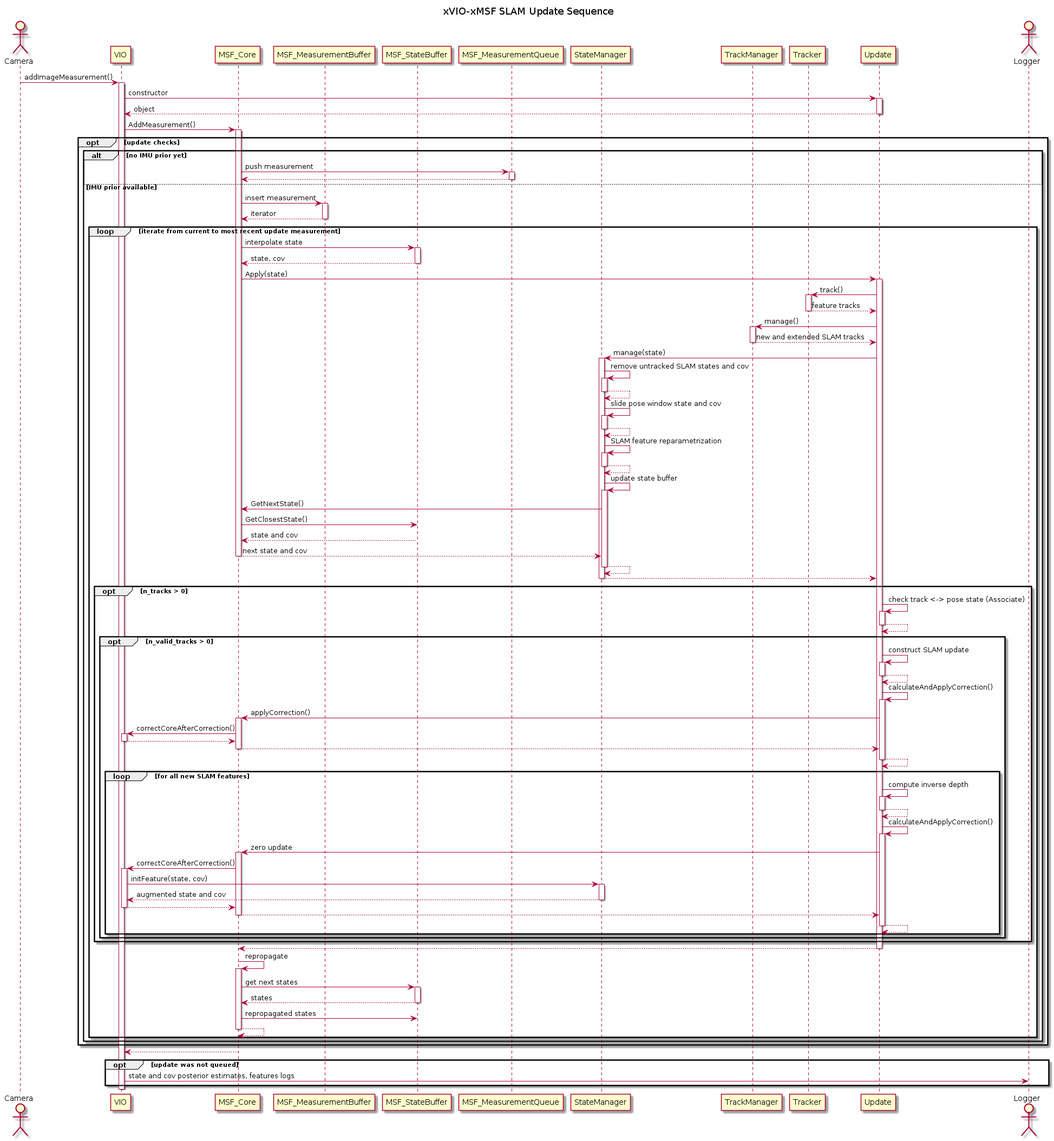
Before: seq_x_vio_msf_slam_update.png, a diagram exported from PlantUML (jpl-x/x_uml). Its diagram source:
```plantuml
@startuml

title xVIO-xMSF SLAM Update Sequence

actor Camera
participant VIO
participant MSF_Core
participant MSF_MeasurementBuffer
participant MSF_StateBuffer
participant MSF_MeasurementQueue
participant StateManager
participant TrackManager
participant Tracker
participant Update
actor Logger

Camera->VIO++: addImageMeasurement()
VIO->Update++: constructor
VIO<--Update--: object
VIO->MSF_Core++:  AddMeasurement()

opt update checks

  alt no IMU prior yet

    MSF_Core->MSF_MeasurementQueue++: push measurement
    MSF_Core<--MSF_MeasurementQueue--

  else IMU prior available

    MSF_Core->MSF_MeasurementBuffer++: insert measurement
    MSF_Core<--MSF_MeasurementBuffer--: iterator

    loop iterate from current to most recent update measurement

      MSF_Core->MSF_StateBuffer++: interpolate state
      MSF_Core<--MSF_StateBuffer--: state, cov

      MSF_Core->Update++: Apply(state)
        Update->Tracker++: track()
        Update<--Tracker--: feature tracks
        Update->TrackManager++: manage()
        Update<--TrackManager--: new and extended SLAM tracks
        Update->StateManager++: manage(state)
          StateManager->StateManager++: remove untracked SLAM states and cov
          StateManager<--StateManager--
          StateManager->StateManager++: slide pose window state and cov
          StateManager<--StateManager--
          StateManager->StateManager++: SLAM feature reparametrization
          StateManager<--StateManager--
          StateManager->StateManager++: update state buffer
          StateManager->MSF_Core: GetNextState()
          MSF_Core->MSF_StateBuffer: GetClosestState()
          MSF_Core<--MSF_StateBuffer: state and cov
          StateManager<--MSF_Core--: next state and cov
          StateManager<--StateManager--
        Update<--StateManager--:

        opt n_tracks > 0

          Update->Update++: check track <-> pose state (Associate)
          Update<--Update--

          opt n_valid_tracks > 0

            Update->Update++: construct SLAM update
            Update<--Update--
            Update->Update++: calculateAndApplyCorrection()
            Update->MSF_Core++: applyCorrection()
            MSF_Core->VIO++: correctCoreAfterCorrection()
            MSF_Core<--VIO--
            Update<--MSF_Core--
            Update<--Update--

            loop for all new SLAM features

              Update->Update++: compute inverse depth
              Update<--Update--
              Update->Update++: calculateAndApplyCorrection()
              Update->MSF_Core++: zero update
              MSF_Core->VIO++: correctCoreAfterCorrection()
              VIO->StateManager++: initFeature(state, cov)
              VIO<--StateManager--: augmented state and cov
              MSF_Core<--VIO--
              Update<--MSF_Core--
              Update<--Update--

            end
          end

        end

      MSF_Core<--Update--

      MSF_Core->MSF_Core++: repropagate
      MSF_Core->MSF_StateBuffer++: get next states
      MSF_Core<--MSF_StateBuffer--: states
      MSF_Core->MSF_StateBuffer: repropagated states
      MSF_Core<--MSF_Core--
    end


  end

end

VIO<--MSF_Core--

opt update was not queued
  VIO->Logger: state and cov posterior estimates, features logs
end

deactivate VIO

@enduml
```
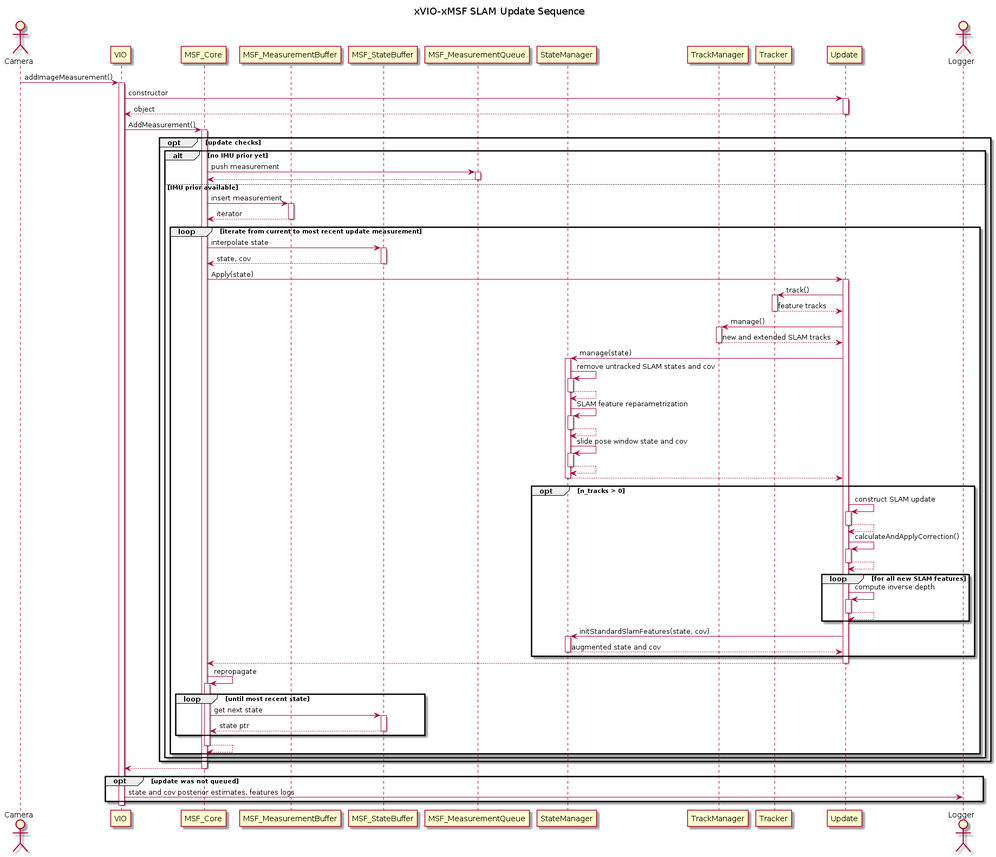
The same diagram one commit later.

What changed in the source:
```diff
@@ -44,58 +44,40 @@
         Update->StateManager++: manage(state)
           StateManager->StateManager++: remove untracked SLAM states and cov
           StateManager<--StateManager--
-          StateManager->StateManager++: slide pose window state and cov
-          StateManager<--StateManager--
           StateManager->StateManager++: SLAM feature reparametrization
           StateManager<--StateManager--
-          StateManager->StateManager++: update state buffer
-          StateManager->MSF_Core: GetNextState()
-          MSF_Core->MSF_StateBuffer: GetClosestState()
-          MSF_Core<--MSF_StateBuffer: state and cov
-          StateManager<--MSF_Core--: next state and cov
+          StateManager->StateManager++: slide pose window state and cov
           StateManager<--StateManager--
         Update<--StateManager--:
 
         opt n_tracks > 0
 
-          Update->Update++: check track <-> pose state (Associate)
+          Update->Update++: construct SLAM update
+          Update<--Update--
+          Update->Update++: calculateAndApplyCorrection()
           Update<--Update--
 
-          opt n_valid_tracks > 0
+          loop for all new SLAM features
 
-            Update->Update++: construct SLAM update
-            Update<--Update--
-            Update->Update++: calculateAndApplyCorrection()
-            Update->MSF_Core++: applyCorrection()
-            MSF_Core->VIO++: correctCoreAfterCorrection()
-            MSF_Core<--VIO--
-            Update<--MSF_Core--
+            Update->Update++: compute inverse depth
             Update<--Update--
 
-            loop for all new SLAM features
+          end
 
-              Update->Update++: compute inverse depth
-              Update<--Update--
-              Update->Update++: calculateAndApplyCorrection()
-              Update->MSF_Core++: zero update
-              MSF_Core->VIO++: correctCoreAfterCorrection()
-              VIO->StateManager++: initFeature(state, cov)
-              VIO<--StateManager--: augmented state and cov
-              MSF_Core<--VIO--
-              Update<--MSF_Core--
-              Update<--Update--
-
-            end
-          end
+          Update->StateManager++: initStandardSlamFeatures(state, cov)
+          Update<--StateManager--: augmented state and cov
 
         end
 
       MSF_Core<--Update--
 
       MSF_Core->MSF_Core++: repropagate
-      MSF_Core->MSF_StateBuffer++: get next states
-      MSF_Core<--MSF_StateBuffer--: states
-      MSF_Core->MSF_StateBuffer: repropagated states
+
+      loop until most recent state
+        MSF_Core->MSF_StateBuffer++: get next state
+        MSF_Core<--MSF_StateBuffer--: state ptr
+      end
+
       MSF_Core<--MSF_Core--
     end
 
```
